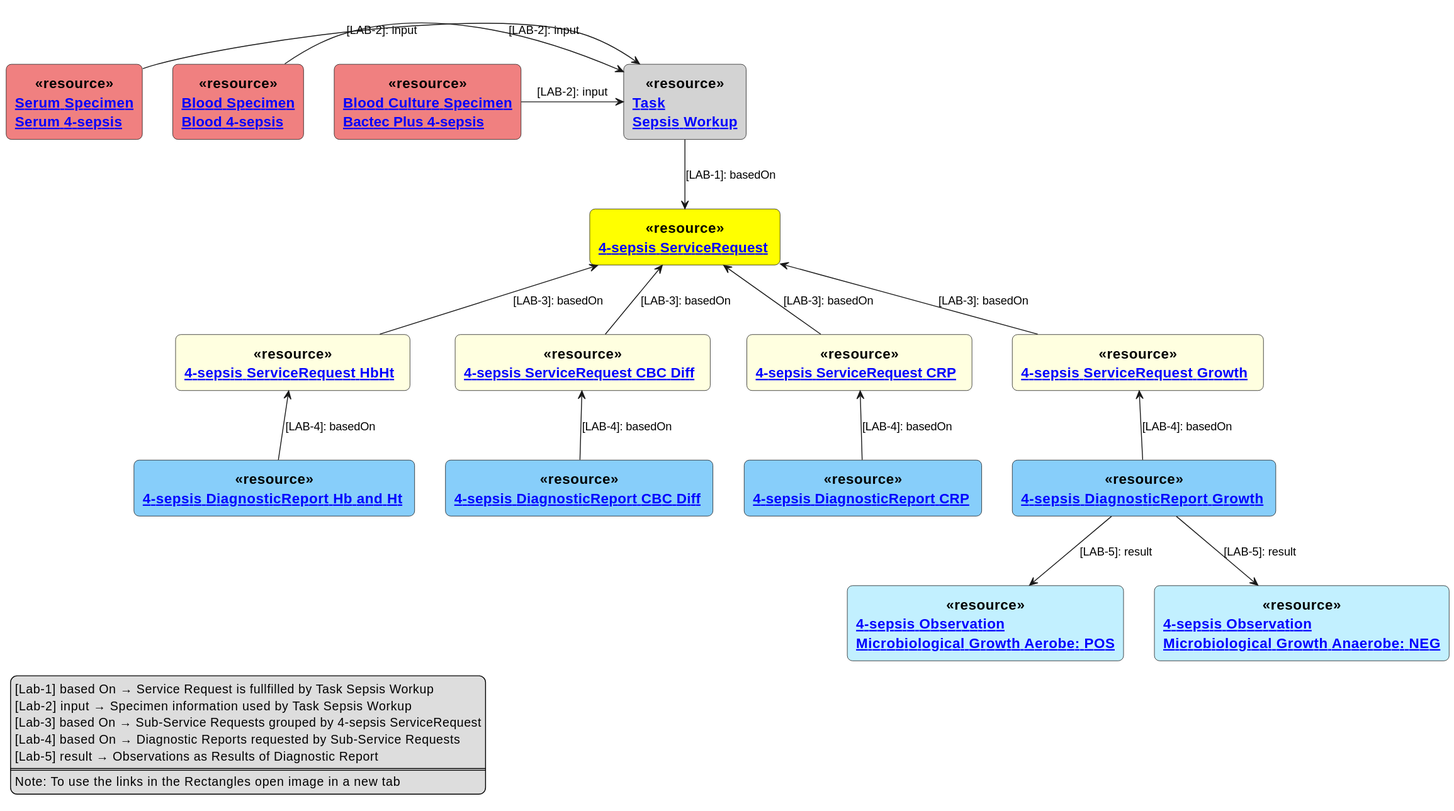
Before: input/images/4-sepsis-task.svg, a diagram exported from PlantUML (hl7ch/ch-lab-order).
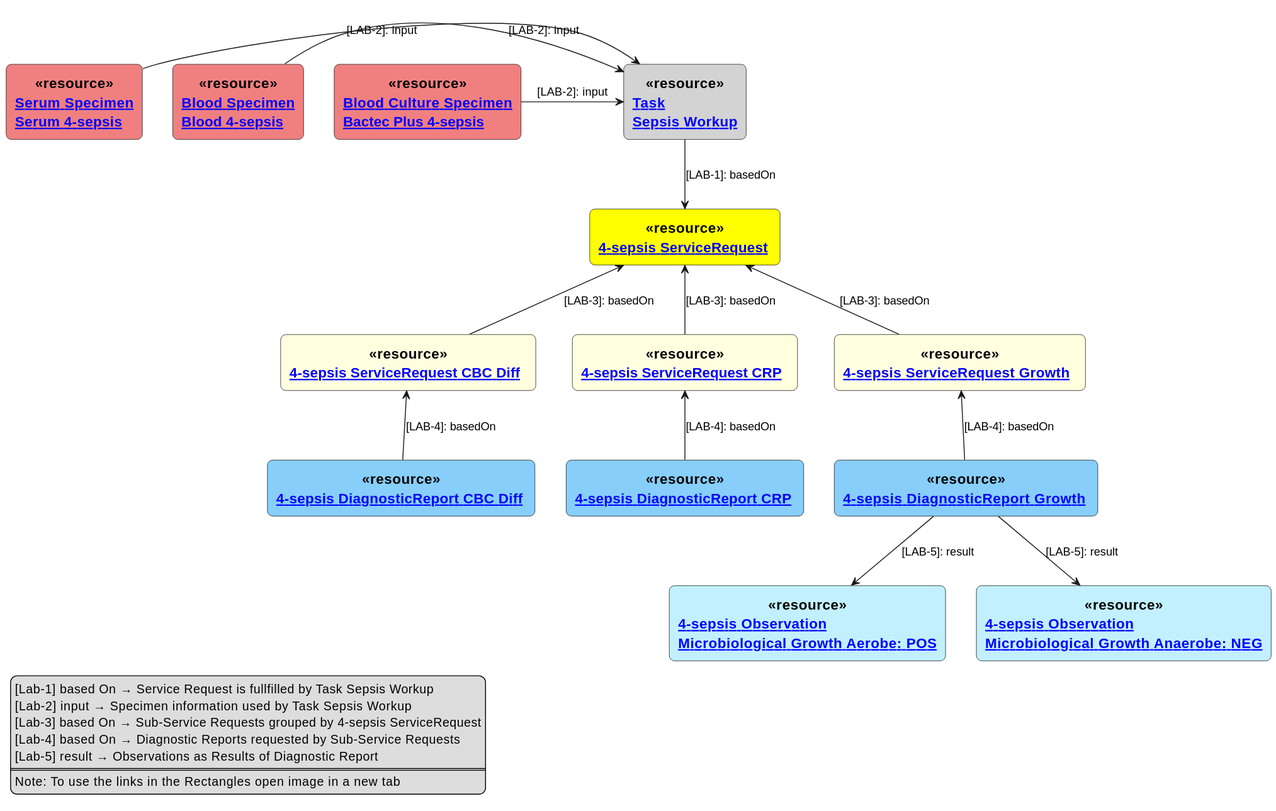
After the commit.

The edit, as a diff of the source:
```diff
@@ -10,13 +10,11 @@
 }
 
 rectangle "[[ ServiceRequest-4-sepsis-ServiceRequest.html 4-sepsis ServiceRequest]] " as SR <<$bProcess>><<resource>> #Yellow
-rectangle "[[ ServiceRequest-4-sepsis-ServiceRequestHbHt.html 4-sepsis ServiceRequest HbHt ]] " as SRHBHT <<$bProcess>><<resource>> #LightYellow
 rectangle "[[ ServiceRequest-4-sepsis-ServiceRequestCBCDiff.html 4-sepsis ServiceRequest CBC Diff ]] " as SRDIFF <<$bProcess>><<resource>> #LightYellow
 rectangle "[[ ServiceRequest-4-sepsis-ServiceRequestCRP.html 4-sepsis ServiceRequest CRP ]] " as SRCRP <<$bProcess>><<resource>> #LightYellow
 rectangle "[[ ServiceRequest-4-sepsis-ServiceRequestGrowth.html 4-sepsis ServiceRequest Growth ]] " as SRG <<$bProcess>><<resource>> #LightYellow
 
 rectangle "[[ DiagnosticReport-4-sepsis-DiagnosticReportGrowth.html 4-sepsis DiagnosticReport Growth ]]" as DRG <<$bProcess>><<resource>> #LightSkyBlue
-rectangle "[[ DiagnosticReport-4-sepsis-DiagnosticReportHbHt.html 4-sepsis DiagnosticReport Hb and Ht ]]" as DRHBHT <<$bProcess>><<resource>> #LightSkyBlue
 rectangle "[[ DiagnosticReport-4-sepsis-DiagnosticReportCBCDiff.html 4-sepsis DiagnosticReport CBC Diff ]]" as DRDIFF <<$bProcess>><<resource>> #LightSkyBlue
 rectangle "[[ DiagnosticReport-4-sepsis-DiagnosticReportCRP.html 4-sepsis DiagnosticReport CRP ]]" as DRCRP <<$bProcess>><<resource>> #LightSkyBlue
 
@@ -29,11 +27,9 @@
 rectangle "[[ Specimen-Serum-4-sepsis.html Serum Specimen\nSerum 4-sepsis]]" as SS <<$bProcess>><<resource>> #LightCoral
 
 SR <-down- SRG : [LAB-3]: basedOn
-SR <-down- SRHBHT : [LAB-3]: basedOn
 SR <-down- SRDIFF : [LAB-3]: basedOn
 SR <-down- SRCRP : [LAB-3]: basedOn
 SRG <-down- DRG : [LAB-4]: basedOn
-SRHBHT <-down- DRHBHT : [LAB-4]: basedOn
 SRDIFF <-down- DRDIFF : [LAB-4]: basedOn
 SRCRP <-down- DRCRP : [LAB-4]: basedOn
 DRG -down-> OMA : [LAB-5]: result
```
